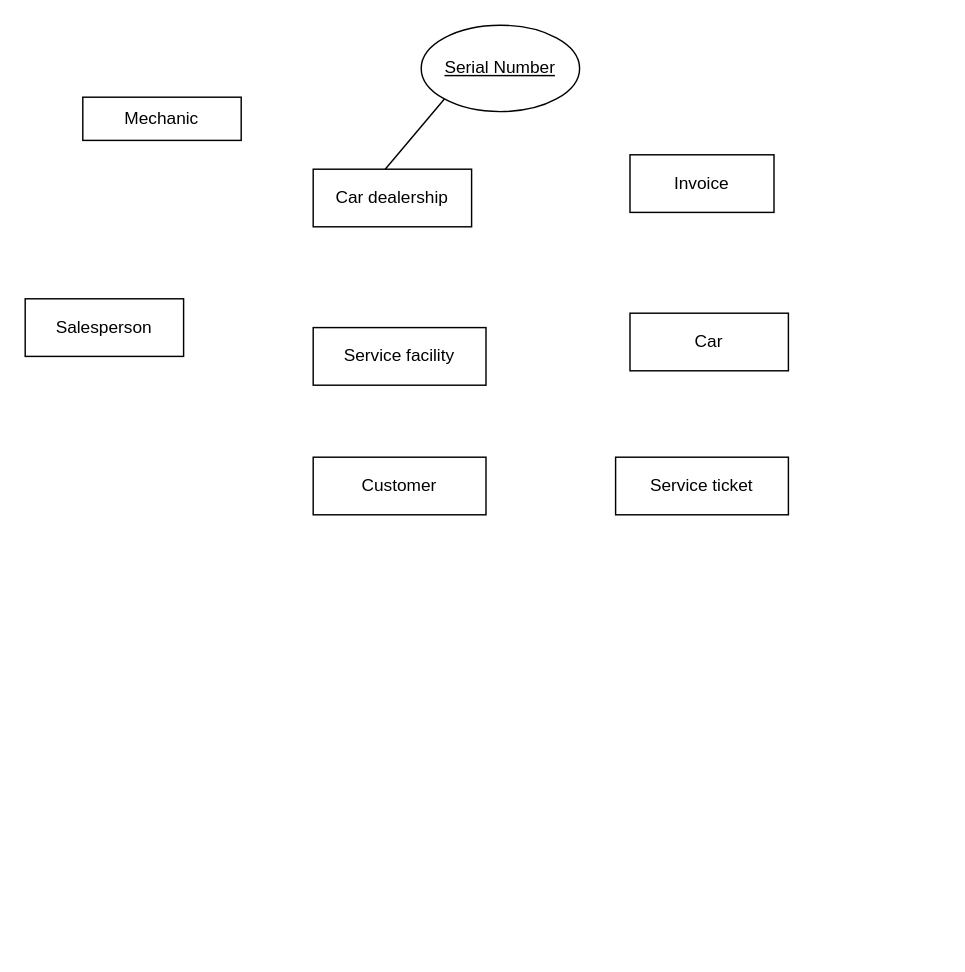
ImaDeSara/ImaDeSara keeps this draw.io diagram as DS3 Activity 3.5 ER Diagram.drawio. Above is the earlier version. Source tidied: cells renumbered, new cells numbered last; positions are measured from the earlier drawing's top-left corner, leaving out a move shared by most shapes. Both pictures are drawn from the tidied source at 144%, with x=0, y=0 at pixel (24, 24).
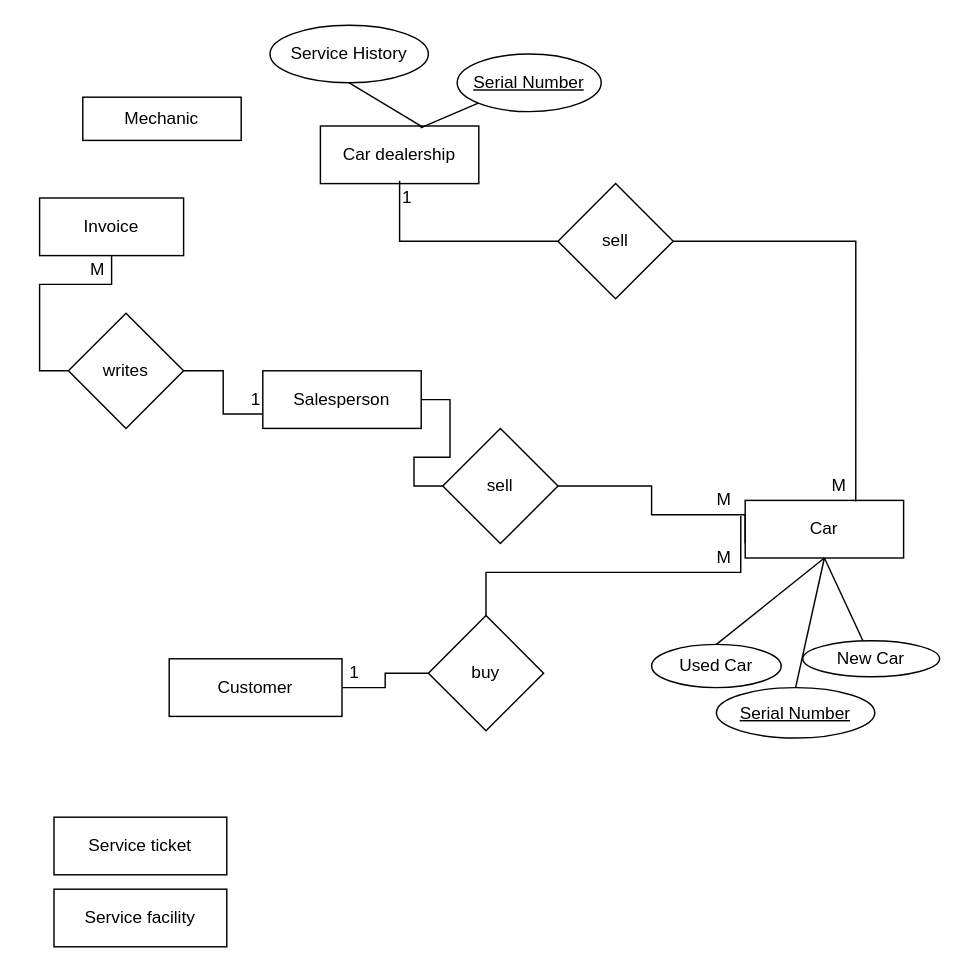
The same page after the edit.

What changed in the source:
```diff
@@
     <mxCell id="2" value="Car dealership" style="rounded=0;whiteSpace=wrap;html=1;" parent="1" vertex="1">
-      <mxGeometry x="200" y="100" width="110" height="40" as="geometry" />
+      <mxGeometry x="205" y="70" width="110" height="40" as="geometry" />
     </mxCell>
     <mxCell id="3" value="Service facility" style="rounded=0;whiteSpace=wrap;html=1;" parent="1" vertex="1">
-      <mxGeometry x="200" y="210" width="120" height="40" as="geometry" />
+      <mxGeometry x="20" y="600" width="120" height="40" as="geometry" />
     </mxCell>
     <mxCell id="4" value="Car" style="rounded=0;whiteSpace=wrap;html=1;" parent="1" vertex="1">
-      <mxGeometry x="420" y="200" width="110" height="40" as="geometry" />
+      <mxGeometry x="500" y="330" width="110" height="40" as="geometry" />
     </mxCell>
+    <mxCell id="12" style="edgeStyle=orthogonalEdgeStyle;rounded=0;jettySize=auto;html=1;entryX=0;entryY=0.5;entryDx=0;entryDy=0;startArrow=none;startFill=0;endArrow=none;endFill=0;" parent="1" edge="1" source="5" target="28">
+      <mxGeometry relative="1" as="geometry" />
+    </mxCell>
     <mxCell id="5" value="Salesperson" style="rounded=0;whiteSpace=wrap;html=1;" parent="1" vertex="1">
-      <mxGeometry y="190" width="110" height="40" as="geometry" />
+      <mxGeometry x="165" y="240" width="110" height="40" as="geometry" />
     </mxCell>
+    <mxCell id="13" style="edgeStyle=orthogonalEdgeStyle;rounded=0;jettySize=auto;html=1;entryX=0;entryY=0.5;entryDx=0;entryDy=0;startArrow=none;startFill=0;endArrow=none;endFill=0;" parent="1" edge="1" source="6" target="36">
+      <mxGeometry relative="1" as="geometry" />
+    </mxCell>
     <mxCell id="6" value="Invoice" style="rounded=0;whiteSpace=wrap;html=1;" parent="1" vertex="1">
-      <mxGeometry x="420" y="90" width="100" height="40" as="geometry" />
+      <mxGeometry x="10" y="120" width="100" height="40" as="geometry" />
     </mxCell>
@@
     <mxCell id="8" value="Customer" style="rounded=0;whiteSpace=wrap;html=1;" parent="1" vertex="1">
-      <mxGeometry x="200" y="300" width="120" height="40" as="geometry" />
+      <mxGeometry x="100" y="440" width="120" height="40" as="geometry" />
     </mxCell>
     <mxCell id="9" value="Service ticket" style="rounded=0;whiteSpace=wrap;html=1;" parent="1" vertex="1">
-      <mxGeometry x="410" y="300" width="120" height="40" as="geometry" />
+      <mxGeometry x="20" y="550" width="120" height="40" as="geometry" />
     </mxCell>
     <mxCell id="10" value="&lt;u&gt;Serial Number&lt;/u&gt;" style="ellipse;whiteSpace=wrap;html=1;" parent="1" vertex="1">
-      <mxGeometry x="275" width="110" height="60" as="geometry" />
+      <mxGeometry x="300" y="20" width="100" height="40" as="geometry" />
     </mxCell>
-    <mxCell id="11" style="endArrow=none;html=1;rounded=0;entryX=0;entryY=1;entryDx=0;entryDy=0;" parent="1" edge="1" target="10">
-      <mxGeometry relative="1" as="geometry">
-        <mxPoint x="250" y="100" as="sourcePoint" />
-      </mxGeometry>
+    <mxCell id="11" style="endArrow=none;html=1;rounded=0;entryX=0;entryY=1;entryDx=0;entryDy=0;exitX=0.632;exitY=0.034;exitDx=0;exitDy=0;exitPerimeter=0;" parent="1" edge="1" source="2" target="10">
+      <mxGeometry relative="1" as="geometry" />
     </mxCell>
+    <mxCell id="14" style="edgeStyle=orthogonalEdgeStyle;rounded=0;jettySize=auto;html=1;entryX=0.698;entryY=0.02;entryDx=0;entryDy=0;entryPerimeter=0;startArrow=none;startFill=0;endArrow=none;endFill=0;" parent="1" edge="1" source="15" target="4">
+      <mxGeometry relative="1" as="geometry" />
+    </mxCell>
+    <mxCell id="15" value="sell" style="rhombus;whiteSpace=wrap;html=1;" parent="1" vertex="1">
+      <mxGeometry x="370" y="110" width="80" height="80" as="geometry" />
+    </mxCell>
+    <mxCell id="16" style="edgeStyle=orthogonalEdgeStyle;rounded=0;jettySize=auto;html=1;entryX=0;entryY=0.5;entryDx=0;entryDy=0;startArrow=none;startFill=0;endArrow=none;endFill=0;" parent="1" edge="1" target="15">
+      <mxGeometry relative="1" as="geometry">
+        <mxPoint x="260" y="108" as="sourcePoint" />
+        <Array as="points">
+          <mxPoint x="260" y="150" />
+        </Array>
+      </mxGeometry>
+    </mxCell>
+    <mxCell id="17" value="1" style="text;html=1;align=center;verticalAlign=middle;strokeColor=none;fillColor=none;" parent="1" vertex="1">
+      <mxGeometry x="255" y="110" width="20" height="20" as="geometry" />
+    </mxCell>
+    <mxCell id="18" value="M" style="text;html=1;align=center;verticalAlign=middle;strokeColor=none;fillColor=none;" parent="1" vertex="1">
+      <mxGeometry x="550" y="310" width="30" height="20" as="geometry" />
+    </mxCell>
+    <mxCell id="19" value="&lt;span&gt;Used Car&lt;/span&gt;" style="ellipse;whiteSpace=wrap;html=1;" parent="1" vertex="1">
+      <mxGeometry x="435" y="430" width="90" height="30" as="geometry" />
+    </mxCell>
+    <mxCell id="20" value="&lt;span&gt;New Car&lt;/span&gt;" style="ellipse;whiteSpace=wrap;html=1;" parent="1" vertex="1">
+      <mxGeometry x="540" y="427.5" width="95" height="25" as="geometry" />
+    </mxCell>
+    <mxCell id="21" style="endArrow=none;html=1;rounded=0;exitX=0.5;exitY=0;exitDx=0;exitDy=0;entryX=0.5;entryY=1;entryDx=0;entryDy=0;" parent="1" edge="1" source="19" target="4">
+      <mxGeometry relative="1" as="geometry" />
+    </mxCell>
+    <mxCell id="22" style="endArrow=none;html=1;rounded=0;entryX=0.5;entryY=1;entryDx=0;entryDy=0;" parent="1" edge="1" source="20" target="4">
+      <mxGeometry relative="1" as="geometry" />
+    </mxCell>
+    <mxCell id="23" value="&lt;u&gt;Serial Number&lt;/u&gt;" style="ellipse;whiteSpace=wrap;html=1;" parent="1" vertex="1">
+      <mxGeometry x="480" y="460" width="110" height="35" as="geometry" />
+    </mxCell>
+    <mxCell id="24" style="endArrow=none;html=1;rounded=0;exitX=0.5;exitY=0;exitDx=0;exitDy=0;entryX=0.5;entryY=1;entryDx=0;entryDy=0;" parent="1" edge="1" source="23" target="4">
+      <mxGeometry relative="1" as="geometry" />
+    </mxCell>
+    <mxCell id="25" value="&lt;span&gt;Service History&lt;/span&gt;" style="ellipse;whiteSpace=wrap;html=1;" parent="1" vertex="1">
+      <mxGeometry x="170" width="110" height="40" as="geometry" />
+    </mxCell>
+    <mxCell id="26" style="endArrow=none;html=1;rounded=0;entryX=0.5;entryY=1;entryDx=0;entryDy=0;exitX=0.649;exitY=0.024;exitDx=0;exitDy=0;exitPerimeter=0;" parent="1" edge="1" source="2" target="25">
+      <mxGeometry relative="1" as="geometry" />
+    </mxCell>
+    <mxCell id="27" style="edgeStyle=orthogonalEdgeStyle;rounded=0;jettySize=auto;html=1;entryX=0;entryY=0.75;entryDx=0;entryDy=0;startArrow=none;startFill=0;endArrow=none;endFill=0;" parent="1" edge="1" source="28" target="4">
+      <mxGeometry relative="1" as="geometry">
+        <Array as="points">
+          <mxPoint x="435" y="320" />
+          <mxPoint x="435" y="340" />
+          <mxPoint x="500" y="340" />
+        </Array>
+      </mxGeometry>
+    </mxCell>
+    <mxCell id="28" value="sell" style="rhombus;whiteSpace=wrap;html=1;" parent="1" vertex="1">
+      <mxGeometry x="290" y="280" width="80" height="80" as="geometry" />
+    </mxCell>
+    <mxCell id="29" value="M" style="text;html=1;align=center;verticalAlign=middle;strokeColor=none;fillColor=none;" parent="1" vertex="1">
+      <mxGeometry x="470" y="360" width="30" height="20" as="geometry" />
+    </mxCell>
+    <mxCell id="30" style="edgeStyle=orthogonalEdgeStyle;rounded=0;jettySize=auto;html=1;entryX=1;entryY=0.5;entryDx=0;entryDy=0;startArrow=none;startFill=0;endArrow=none;endFill=0;" parent="1" edge="1" source="32" target="8">
+      <mxGeometry relative="1" as="geometry" />
+    </mxCell>
+    <mxCell id="31" style="edgeStyle=orthogonalEdgeStyle;rounded=0;jettySize=auto;html=1;entryX=0.898;entryY=1.04;entryDx=0;entryDy=0;entryPerimeter=0;startArrow=none;startFill=0;endArrow=none;endFill=0;" parent="1" edge="1" source="32" target="34">
+      <mxGeometry relative="1" as="geometry">
+        <Array as="points">
+          <mxPoint x="320" y="380" />
+          <mxPoint x="497" y="380" />
+        </Array>
+      </mxGeometry>
+    </mxCell>
+    <mxCell id="32" value="buy" style="rhombus;whiteSpace=wrap;html=1;" parent="1" vertex="1">
+      <mxGeometry x="280" y="410" width="80" height="80" as="geometry" />
+    </mxCell>
+    <mxCell id="33" value="&amp;nbsp; &amp;nbsp; &amp;nbsp;1" style="text;html=1;align=center;verticalAlign=middle;strokeColor=none;fillColor=none;" parent="1" vertex="1">
+      <mxGeometry x="200" y="440" width="40" height="20" as="geometry" />
+    </mxCell>
+    <mxCell id="34" value="M" style="text;html=1;align=center;verticalAlign=middle;points=[];strokeColor=none;fillColor=none;" parent="1" vertex="1">
+      <mxGeometry x="470" y="320" width="30" height="20" as="geometry" />
+    </mxCell>
+    <mxCell id="35" style="edgeStyle=orthogonalEdgeStyle;rounded=0;jettySize=auto;html=1;entryX=0;entryY=0.75;entryDx=0;entryDy=0;startArrow=none;startFill=0;endArrow=none;endFill=0;" parent="1" edge="1" source="36" target="5">
+      <mxGeometry relative="1" as="geometry" />
+    </mxCell>
+    <mxCell id="36" value="writes" style="rhombus;whiteSpace=wrap;html=1;" parent="1" vertex="1">
+      <mxGeometry x="30" y="200" width="80" height="80" as="geometry" />
+    </mxCell>
+    <mxCell id="37" value="1" style="text;html=1;align=center;verticalAlign=middle;strokeColor=none;fillColor=none;" parent="1" vertex="1">
+      <mxGeometry x="150" y="250" width="20" height="20" as="geometry" />
+    </mxCell>
+    <mxCell id="38" value="M" style="text;html=1;align=center;verticalAlign=middle;strokeColor=none;fillColor=none;" parent="1" vertex="1">
+      <mxGeometry x="35" y="160" width="30" height="20" as="geometry" />
+    </mxCell>
```
